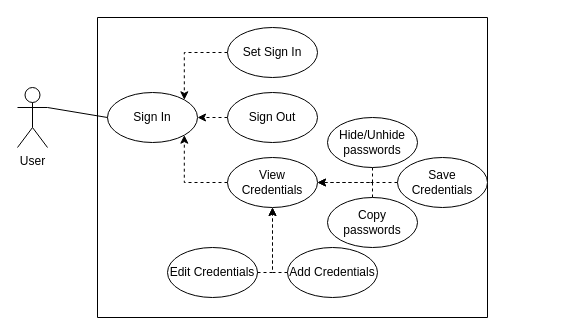
Above: UseCase.drawio in CentralC0re/COMP1004 (draw.io), before the change. Source tidied: cells renumbered, new cells numbered last; positions are measured from the earlier drawing's top-left corner, leaving out a move shared by most shapes. Both pictures are drawn from the tidied source at 100%, with x=0, y=0 at pixel (17, 17).
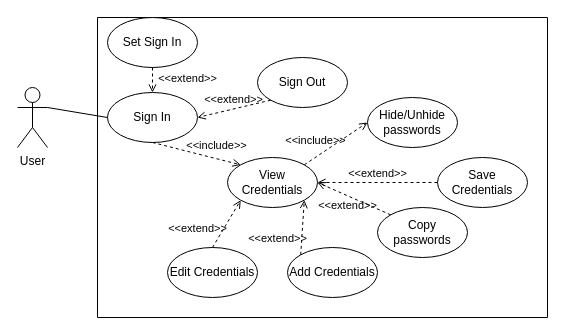
Above is the later version.

Commit message (it also covers changes not shown here):
Corrected Use Case Diagram

The change refers to these unchanged cells:
```xml
<mxCell id="3" value="Sign In" style="ellipse;whiteSpace=wrap;html=1;" parent="2" vertex="1">
  <mxGeometry x="10" y="75" width="90" height="50" as="geometry" />
</mxCell>
<mxCell id="9" value="View Credentials" style="ellipse;whiteSpace=wrap;html=1;" parent="2" vertex="1">
  <mxGeometry x="130" y="140" width="90" height="50" as="geometry" />
</mxCell>
<mxCell id="14" value="Edit Credentials" style="ellipse;whiteSpace=wrap;html=1;" parent="2" vertex="1">
  <mxGeometry x="70" y="230" width="90" height="50" as="geometry" />
</mxCell>
```

The edit, as a diff of the source:
```diff
@@
     <mxCell id="2" style="swimlane;startSize=0;" parent="1" vertex="1">
-      <mxGeometry x="80" width="390" height="300" as="geometry" />
+      <mxGeometry x="80" width="450" height="300" as="geometry" />
     </mxCell>
@@
-    <mxCell id="4" style="edgeStyle=orthogonalEdgeStyle;rounded=0;jettySize=auto;html=1;exitX=0;exitY=0.5;exitDx=0;exitDy=0;entryX=1;entryY=0;entryDx=0;entryDy=0;dashed=1;" parent="2" edge="1" source="5" target="3">
-      <mxGeometry relative="1" as="geometry" />
-    </mxCell>
     <mxCell id="5" value="Set Sign In" style="ellipse;whiteSpace=wrap;html=1;" parent="2" vertex="1">
-      <mxGeometry x="130" y="10" width="90" height="50" as="geometry" />
+      <mxGeometry x="10" width="90" height="50" as="geometry" />
     </mxCell>
-    <mxCell id="6" style="edgeStyle=orthogonalEdgeStyle;rounded=0;jettySize=auto;html=1;exitX=0;exitY=0.5;exitDx=0;exitDy=0;entryX=1;entryY=0.5;entryDx=0;entryDy=0;dashed=1;" parent="2" edge="1" source="7" target="3">
-      <mxGeometry relative="1" as="geometry" />
-    </mxCell>
     <mxCell id="7" value="Sign Out" style="ellipse;whiteSpace=wrap;html=1;" parent="2" vertex="1">
-      <mxGeometry x="130" y="75" width="90" height="50" as="geometry" />
+      <mxGeometry x="160" y="40" width="90" height="50" as="geometry" />
     </mxCell>
-    <mxCell id="8" style="edgeStyle=orthogonalEdgeStyle;rounded=0;jettySize=auto;html=1;exitX=0;exitY=0.5;exitDx=0;exitDy=0;entryX=1;entryY=1;entryDx=0;entryDy=0;dashed=1;" parent="2" edge="1" source="9" target="3">
-      <mxGeometry relative="1" as="geometry" />
-    </mxCell>
@@
-    <mxCell id="10" style="edgeStyle=orthogonalEdgeStyle;rounded=0;jettySize=auto;html=1;exitX=0.5;exitY=1;exitDx=0;exitDy=0;entryX=1;entryY=0.5;entryDx=0;entryDy=0;dashed=1;" parent="2" edge="1" source="11" target="9">
-      <mxGeometry relative="1" as="geometry">
-        <Array as="points">
-          <mxPoint x="275" y="165" />
-        </Array>
-      </mxGeometry>
-    </mxCell>
     <mxCell id="11" value="Hide/Unhide passwords" style="ellipse;whiteSpace=wrap;html=1;" parent="2" vertex="1">
-      <mxGeometry x="230" y="100" width="90" height="50" as="geometry" />
+      <mxGeometry x="270" y="80" width="90" height="50" as="geometry" />
     </mxCell>
-    <mxCell id="12" style="edgeStyle=orthogonalEdgeStyle;rounded=0;jettySize=auto;html=1;exitX=0.5;exitY=0;exitDx=0;exitDy=0;entryX=1;entryY=0.5;entryDx=0;entryDy=0;dashed=1;" parent="2" edge="1" source="13" target="9">
-      <mxGeometry relative="1" as="geometry">
-        <Array as="points">
-          <mxPoint x="275" y="165" />
-        </Array>
-      </mxGeometry>
-    </mxCell>
     <mxCell id="13" value="Copy passwords" style="ellipse;whiteSpace=wrap;html=1;" parent="2" vertex="1">
-      <mxGeometry x="230" y="180" width="90" height="50" as="geometry" />
+      <mxGeometry x="280" y="190" width="90" height="50" as="geometry" />
     </mxCell>
@@
+    <mxCell id="17" value="Add Credentials" style="ellipse;whiteSpace=wrap;html=1;" parent="2" vertex="1">
+      <mxGeometry x="190" y="230" width="90" height="50" as="geometry" />
+    </mxCell>
+    <mxCell id="19" value="Save Credentials" style="ellipse;whiteSpace=wrap;html=1;" parent="2" vertex="1">
+      <mxGeometry x="340" y="140" width="90" height="50" as="geometry" />
+    </mxCell>
+    <mxCell id="22" value="&amp;lt;&amp;lt;include&amp;gt;&amp;gt;" style="html=1;verticalAlign=bottom;labelBackgroundColor=none;endArrow=open;endFill=0;dashed=1;rounded=0;entryX=0;entryY=0;entryDx=0;entryDy=0;exitX=0.5;exitY=1;exitDx=0;exitDy=0;" parent="2" edge="1" source="3" target="9">
+      <mxGeometry x="0.42" y="4" relative="1" as="geometry" />
+    </mxCell>
+    <mxCell id="4" value="&amp;lt;&amp;lt;extend&amp;gt;&amp;gt;" style="html=1;verticalAlign=bottom;labelBackgroundColor=none;endArrow=open;endFill=0;dashed=1;rounded=0;entryX=0.5;entryY=0;entryDx=0;entryDy=0;exitX=0.5;exitY=1;exitDx=0;exitDy=0;" parent="2" edge="1" source="5" target="3">
+      <mxGeometry x="0.6" y="35" relative="1" as="geometry" />
+    </mxCell>
+    <mxCell id="6" value="&amp;lt;&amp;lt;extend&amp;gt;&amp;gt;" style="html=1;verticalAlign=bottom;labelBackgroundColor=none;endArrow=open;endFill=0;dashed=1;rounded=0;entryX=1;entryY=0.5;entryDx=0;entryDy=0;exitX=0;exitY=1;exitDx=0;exitDy=0;" parent="2" edge="1" source="7" target="3">
+      <mxGeometry relative="1" as="geometry" />
+    </mxCell>
-    <mxCell id="15" style="edgeStyle=orthogonalEdgeStyle;rounded=0;jettySize=auto;html=1;exitX=1;exitY=0.5;exitDx=0;exitDy=0;entryX=0.5;entryY=1;entryDx=0;entryDy=0;dashed=1;" parent="2" edge="1" source="14" target="9">
-      <mxGeometry relative="1" as="geometry">
-        <Array as="points">
-          <mxPoint x="175" y="255" />
-        </Array>
-      </mxGeometry>
+    <mxCell id="15" value="&amp;lt;&amp;lt;extend&amp;gt;&amp;gt;" style="html=1;verticalAlign=bottom;labelBackgroundColor=none;endArrow=open;endFill=0;dashed=1;rounded=0;entryX=0;entryY=1;entryDx=0;entryDy=0;exitX=0.5;exitY=0;exitDx=0;exitDy=0;" parent="2" edge="1" source="14" target="9">
+      <mxGeometry x="-0.97" y="18" relative="1" as="geometry" />
     </mxCell>
-    <mxCell id="16" style="edgeStyle=orthogonalEdgeStyle;rounded=0;jettySize=auto;html=1;exitX=0;exitY=0.5;exitDx=0;exitDy=0;entryX=0.5;entryY=1;entryDx=0;entryDy=0;strokeColor=default;dashed=1;" parent="2" edge="1" source="17" target="9">
-      <mxGeometry relative="1" as="geometry">
-        <Array as="points">
-          <mxPoint x="175" y="255" />
-        </Array>
-      </mxGeometry>
+    <mxCell id="16" value="&amp;lt;&amp;lt;extend&amp;gt;&amp;gt;" style="html=1;verticalAlign=bottom;labelBackgroundColor=none;endArrow=open;endFill=0;dashed=1;rounded=0;entryX=1;entryY=1;entryDx=0;entryDy=0;exitX=0;exitY=0;exitDx=0;exitDy=0;" parent="2" edge="1" source="17" target="9">
+      <mxGeometry x="-0.79" y="24" relative="1" as="geometry" />
     </mxCell>
-    <mxCell id="17" value="Add Credentials" style="ellipse;whiteSpace=wrap;html=1;" parent="2" vertex="1">
-      <mxGeometry x="190" y="230" width="90" height="50" as="geometry" />
-    </mxCell>
-    <mxCell id="18" style="edgeStyle=orthogonalEdgeStyle;rounded=0;jettySize=auto;html=1;exitX=0;exitY=0.5;exitDx=0;exitDy=0;dashed=1;endArrow=none;endFill=0;" parent="2" edge="1" source="19">
-      <mxGeometry relative="1" as="geometry">
-        <mxPoint x="270" y="165" as="targetPoint" />
-      </mxGeometry>
-    </mxCell>
-    <mxCell id="19" value="Save Credentials" style="ellipse;whiteSpace=wrap;html=1;" parent="2" vertex="1">
-      <mxGeometry x="300" y="140" width="90" height="50" as="geometry" />
-    </mxCell>
+    <mxCell id="23" value="&amp;lt;&amp;lt;include&amp;gt;&amp;gt;" style="html=1;verticalAlign=bottom;labelBackgroundColor=none;endArrow=open;endFill=0;dashed=1;rounded=0;exitX=1;exitY=0;exitDx=0;exitDy=0;entryX=0;entryY=0.5;entryDx=0;entryDy=0;" parent="2" edge="1" source="9" target="11">
+      <mxGeometry x="-0.52" y="6" relative="1" as="geometry" />
+    </mxCell>
+    <mxCell id="24" value="&amp;lt;&amp;lt;extend&amp;gt;&amp;gt;" style="html=1;verticalAlign=bottom;labelBackgroundColor=none;endArrow=open;endFill=0;dashed=1;rounded=0;entryX=1;entryY=0.5;entryDx=0;entryDy=0;exitX=0;exitY=0.5;exitDx=0;exitDy=0;" parent="2" edge="1" source="19" target="9">
+      <mxGeometry relative="1" as="geometry" />
+    </mxCell>
+    <mxCell id="12" value="&amp;lt;&amp;lt;extend&amp;gt;&amp;gt;" style="html=1;verticalAlign=bottom;labelBackgroundColor=none;endArrow=open;endFill=0;dashed=1;rounded=0;entryX=1;entryY=0.5;entryDx=0;entryDy=0;exitX=0;exitY=0;exitDx=0;exitDy=0;" parent="2" edge="1" source="13" target="9">
+      <mxGeometry x="-0.01" y="17" relative="1" as="geometry" />
+    </mxCell>
```
